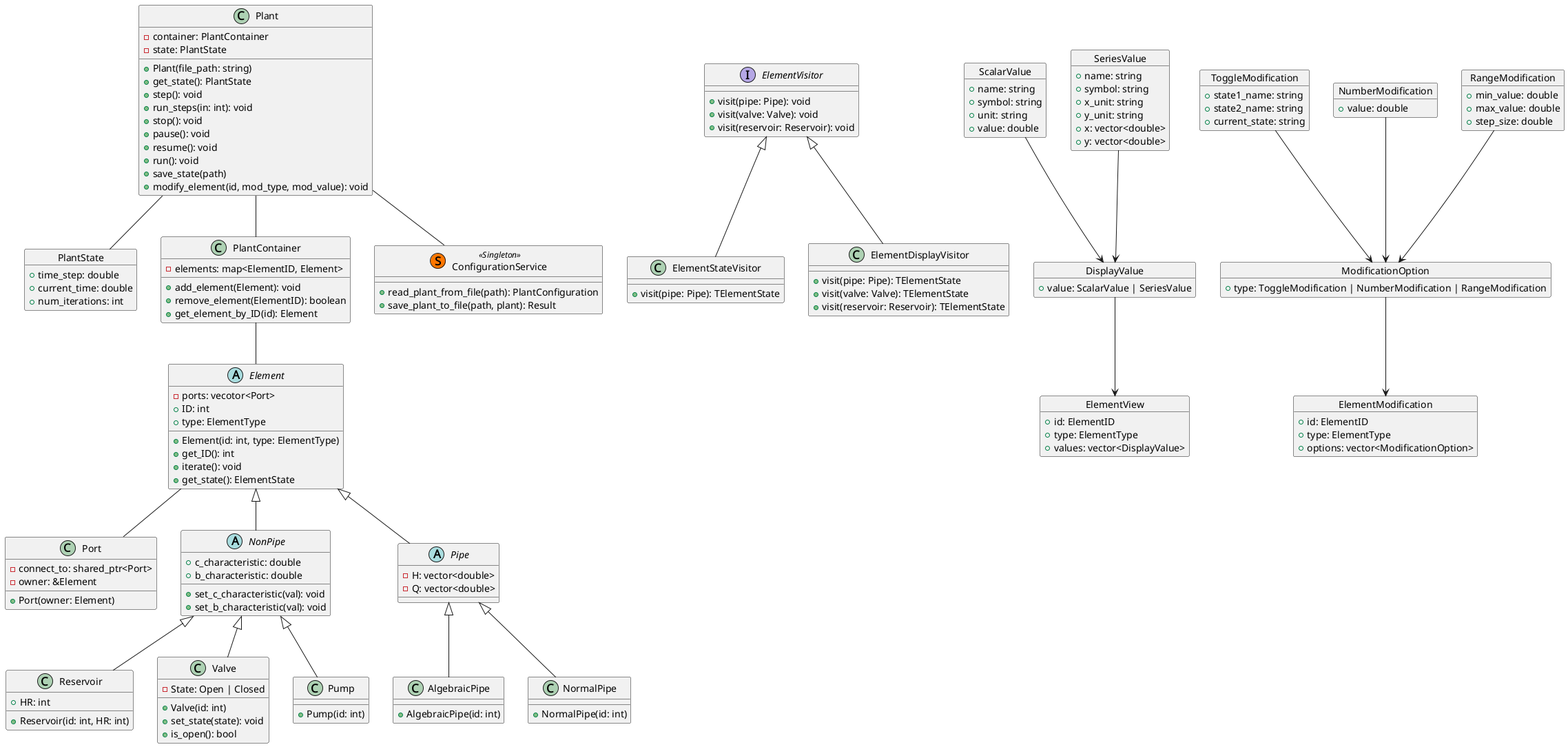
Earlier version of the PlantUML export assets/system_architecture.png (LVTrans/LVTransCore).
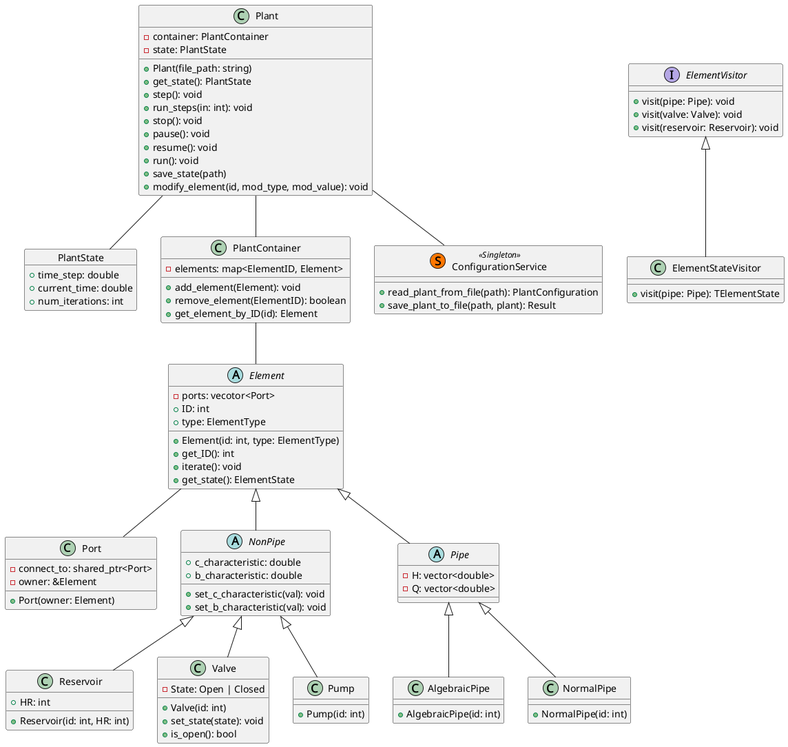
After the commit.

Diff of the diagram source:
```diff
@@ -65,76 +65,6 @@
   + visit(pipe: Pipe): TElementState
 }
 
-class ElementDisplayVisitor {
-  + visit(pipe: Pipe): TElementState
-  + visit(valve: Valve): TElementState
-  + visit(reservoir: Reservoir): TElementState
-}
-
-object ScalarValue {
-  + name: string
-  + symbol: string
-  + unit: string
-
-  + value: double
-}
-
-object SeriesValue {
-  + name: string
-  + symbol: string
-
-  + x_unit: string
-  + y_unit: string
-
-  + x: vector<double>
-  + y: vector<double>
-}
-
-object DisplayValue {
-  + value: ScalarValue | SeriesValue
-}
-
-object ElementView {
-  + id: ElementID
-  + type: ElementType
-
-  + values: vector<DisplayValue>
-}
-
-object ToggleModification {
-  + state1_name: string
-  + state2_name: string
-  + current_state: string
-}
-
-object NumberModification {
-  + value: double
-}
-
-object RangeModification {
-  + min_value: double
-  + max_value: double
-  + step_size: double
-}
-
-object ModificationOption {
-  + type: ToggleModification | NumberModification | RangeModification
-}
-
-object ElementModification {
-  + id: ElementID
-  + type: ElementType
-
-  + options: vector<ModificationOption>
-}
-
-ToggleModification --> ModificationOption
-NumberModification --> ModificationOption
-RangeModification --> ModificationOption
-ModificationOption --> ElementModification
-
-
-
 class Plant {
   - container: PlantContainer
   - state: PlantState
@@ -172,13 +102,9 @@
 }
 
 
-SeriesValue --> DisplayValue
-ScalarValue --> DisplayValue
-DisplayValue --> ElementView
 
 
 ElementVisitor <|-- ElementStateVisitor
-ElementVisitor <|-- ElementDisplayVisitor
 Plant -- PlantState
 
 Element <|-- NonPipe
```
